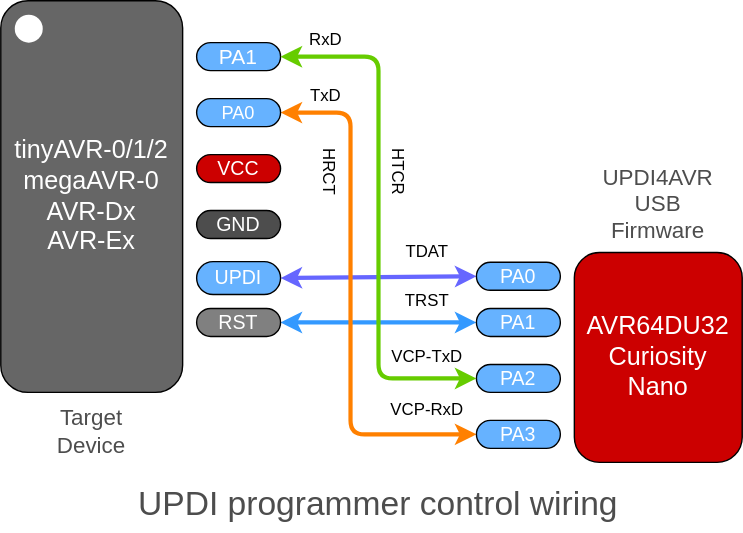
Earlier version of the draw.io export product/UPDI4AVR/images/U4AU_UPDI.drawio.svg (askn37/askn37.github.io). Source tidied: cells renumbered, new cells last; positions are measured from the earlier drawing's top-left corner, leaving out a move shared by most shapes.
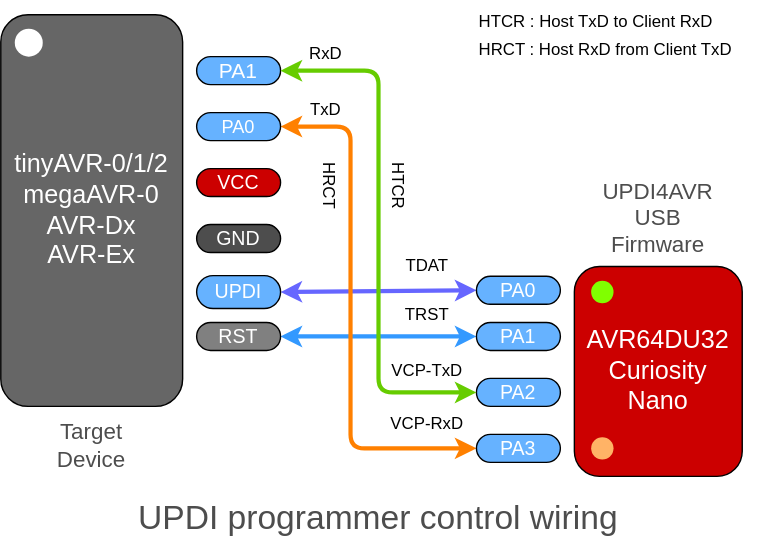
After the change.

What changed in the source:
```diff
@@ -100,5 +100,17 @@
     <mxCell id="29" value="Target&lt;br&gt;Device" style="text;strokeColor=none;align=center;fillColor=none;html=1;verticalAlign=middle;whiteSpace=wrap;rounded=0;labelBackgroundColor=none;fontSize=16;fontColor=#4D4D4D;" parent="1" vertex="1">
       <mxGeometry x="5" y="285" width="120" height="45" as="geometry" />
     </mxCell>
+    <mxCell id="30" style="shape=waypoint;sketch=0;size=6;fillColor=none;perimeter=centerPerimeter;labelBackgroundColor=none;fontSize=16;fontColor=#000000;strokeColor=#FFB366;strokeWidth=6;" parent="1" vertex="1">
+      <mxGeometry x="420" y="300" width="20" height="20" as="geometry" />
+    </mxCell>
+    <mxCell id="31" style="shape=waypoint;sketch=0;size=6;fillColor=none;perimeter=centerPerimeter;labelBackgroundColor=none;fontSize=16;fontColor=#000000;strokeColor=#80FF00;strokeWidth=6;" parent="1" vertex="1">
+      <mxGeometry x="420" y="188.2" width="20" height="20" as="geometry" />
+    </mxCell>
+    <mxCell id="32" value="HTCR : Host TxD to Client RxD&lt;span style=&quot;color: rgba(0, 0, 0, 0); font-family: monospace; font-size: 0px;&quot;&gt;%CmxGraphModel%3E%3Croot%3E%3CmxCell%20id%3D%220%22%2F%3E%3CmxCell%20id%3D%221%22%20parent%3D%220%22%2F%3E%3CmxCell%20id%3D%222%22%20value%3D%22%22%20style%3D%22shape%3Dwaypoint%3Bsketch%3D0%3Bsize%3D6%3BpointerEvents%3D1%3Bpoints%3D%5B%5D%3BfillColor%3Dnone%3Bresizable%3D0%3Brotatable%3D0%3Bperimeter%3DcenterPerimeter%3BsnapToPoint%3D1%3BlabelBackgroundColor%3Dnone%3BfontSize%3D16%3BfontColor%3D%23000000%3BstrokeColor%3D%2380FF00%3BstrokeWidth%3D6%3B%22%20vertex%3D%221%22%20parent%3D%221%22%3E%3CmxGeometry%20x%3D%22450%22%20y%3D%22200%22%20width%3D%2220%22%20height%3D%2220%22%20as%3D%22geometry%22%2F%3E%3C%2FmxCell%3E%3C%2Froot%3E%3C%2FmxGraphModel%3&lt;/span&gt;" style="text;strokeColor=none;align=left;fillColor=none;html=1;verticalAlign=middle;whiteSpace=wrap;rounded=0;" parent="1" vertex="1">
+      <mxGeometry x="340" y="-10" width="210" height="30" as="geometry" />
+    </mxCell>
+    <mxCell id="33" value="HRCT : Host RxD from Client TxD&lt;span style=&quot;color: rgba(0, 0, 0, 0); font-family: monospace; font-size: 0px;&quot;&gt;%3CmxGraphModel%3E%3Croot%3E%3CmxCell%20id%3D%220%22%2F%3E%3CmxCell%20id%3D%221%22%20parent%3D%220%22%2F%3E%3CmxCell%20id%3D%222%22%20value%3D%22%22%20style%3D%22shape%3Dwaypoint%3Bsketch%3D0%3Bsize%3D6%3BpointerEvents%3D1%3Bpoints%3D%5B%5D%3BfillColor%3Dnone%3Bresizable%3D0%3Brotatable%3D0%3Bperimeter%3DcenterPerimeter%3BsnapToPoint%3D1%3BlabelBackgroundColor%3Dnone%3BfontSize%3D16%3BfontColor%3D%23000000%3BstrokeColor%3D%2380FF00%3BstrokeWidth%3D6%3B%22%20vertex%3D%221%22%20parent%3D%221%22%3E%3CmxGeometry%20x%3D%22450%22%20y%3D%22200%22%20width%3D%2220%22%20height%3D%2220%22%20as%3D%22geometry%22%2F%3E%3C%2FmxCell%3E%3C%2Froot%3E%3C%2FmxGraphModel%3E&lt;/span&gt;" style="text;strokeColor=none;align=left;fillColor=none;html=1;verticalAlign=middle;whiteSpace=wrap;rounded=0;" parent="1" vertex="1">
+      <mxGeometry x="340" y="10" width="200" height="30" as="geometry" />
+    </mxCell>
   </root>
 </mxGraphModel>
```
